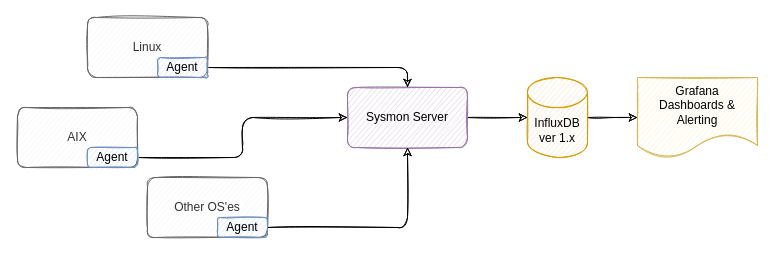
mnellemann/sysmon keeps this draw.io diagram as doc/sysmon.drawio. Above is the earlier version. Source tidied: cells renumbered, new cells numbered last; positions are measured from the earlier drawing's top-left corner, leaving out a move shared by most shapes. Both pictures are drawn from the tidied source at 100%, with x=0, y=0 at pixel (17, 17).
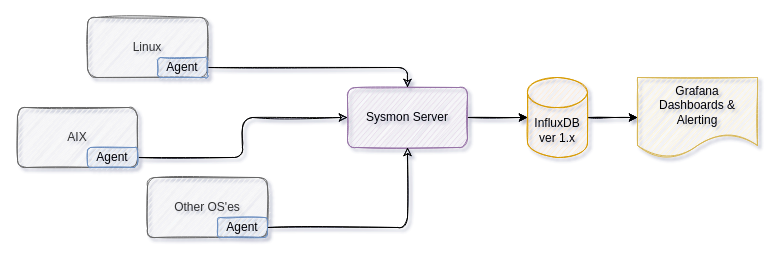
Above is the later version.

Diff of the diagram source:
```diff
@@
-<mxGraphModel>
+<mxGraphModel background="#ffffff" shadow="1">
   <root>
     <mxCell id="0" />
     <mxCell id="1" parent="0" />
     <mxCell id="2" value="Linux" style="rounded=1;whiteSpace=wrap;html=1;sketch=1;fillColor=#f5f5f5;fontColor=#333333;strokeColor=#666666;" parent="1" vertex="1">
       <mxGeometry x="70" width="120" height="60" as="geometry" />
     </mxCell>
     <mxCell id="3" value="AIX" style="rounded=1;whiteSpace=wrap;html=1;sketch=1;fillColor=#f5f5f5;fontColor=#333333;strokeColor=#666666;" parent="1" vertex="1">
       <mxGeometry y="90" width="120" height="60" as="geometry" />
     </mxCell>
     <mxCell id="4" style="edgeStyle=orthogonalEdgeStyle;rounded=1;jettySize=auto;html=1;sketch=1;" parent="1" edge="1" source="5" target="7">
       <mxGeometry relative="1" as="geometry" />
     </mxCell>
+    <mxCell id="16" style="edgeStyle=orthogonalEdgeStyle;rounded=0;jettySize=auto;html=1;strokeColor=#000000;" parent="1" edge="1" source="5" target="7">
+      <mxGeometry relative="1" as="geometry" />
+    </mxCell>
-    <mxCell id="5" value="Sysmon Server" style="rounded=1;whiteSpace=wrap;html=1;sketch=1;fillColor=#e1d5e7;strokeColor=#9673a6;" parent="1" vertex="1">
+    <mxCell id="5" value="&lt;font color=&quot;#000000&quot;&gt;Sysmon Server&lt;/font&gt;" style="rounded=1;whiteSpace=wrap;html=1;sketch=1;fillColor=#e1d5e7;strokeColor=#9673A6;" parent="1" vertex="1">
       <mxGeometry x="330" y="70" width="120" height="60" as="geometry" />
     </mxCell>
     <mxCell id="6" style="edgeStyle=orthogonalEdgeStyle;rounded=1;jettySize=auto;html=1;sketch=1;" parent="1" edge="1" source="7" target="8">
       <mxGeometry relative="1" as="geometry" />
     </mxCell>
+    <mxCell id="17" style="edgeStyle=orthogonalEdgeStyle;rounded=0;jettySize=auto;html=1;strokeColor=#000000;" parent="1" edge="1" source="7" target="8">
+      <mxGeometry relative="1" as="geometry" />
+    </mxCell>
-    <mxCell id="7" value="InfluxDB&lt;br&gt;ver 1.x" style="shape=cylinder3;whiteSpace=wrap;html=1;boundedLbl=1;backgroundOutline=1;size=15;sketch=1;fillColor=#ffe6cc;strokeColor=#d79b00;" parent="1" vertex="1">
+    <mxCell id="7" value="&lt;font color=&quot;#000000&quot;&gt;InfluxDB&lt;br&gt;ver 1.x&lt;/font&gt;" style="shape=cylinder3;whiteSpace=wrap;html=1;boundedLbl=1;backgroundOutline=1;size=15;sketch=1;fillColor=#ffe6cc;strokeColor=#d79b00;" parent="1" vertex="1">
       <mxGeometry x="510" y="60" width="60" height="80" as="geometry" />
     </mxCell>
-    <mxCell id="8" value="Grafana&lt;br&gt;Dashboards &amp;amp; Alerting" style="shape=document;whiteSpace=wrap;html=1;boundedLbl=1;sketch=1;fillColor=#fff2cc;strokeColor=#d6b656;" parent="1" vertex="1">
+    <mxCell id="8" value="&lt;font color=&quot;#000000&quot;&gt;Grafana&lt;br&gt;Dashboards &amp;amp; Alerting&lt;/font&gt;" style="shape=document;whiteSpace=wrap;html=1;boundedLbl=1;sketch=1;fillColor=#fff2cc;strokeColor=#d6b656;" parent="1" vertex="1">
       <mxGeometry x="620" y="60" width="120" height="80" as="geometry" />
     </mxCell>
     <mxCell id="9" value="Other OS'es" style="rounded=1;whiteSpace=wrap;html=1;sketch=1;fillColor=#f5f5f5;fontColor=#333333;strokeColor=#666666;" parent="1" vertex="1">
       <mxGeometry x="130" y="160" width="120" height="60" as="geometry" />
     </mxCell>
-    <mxCell id="10" style="edgeStyle=orthogonalEdgeStyle;rounded=1;sketch=1;jettySize=auto;html=1;" parent="1" edge="1" source="11" target="5">
+    <mxCell id="10" style="edgeStyle=orthogonalEdgeStyle;rounded=1;sketch=1;jettySize=auto;html=1;strokeColor=#000000;" parent="1" edge="1" source="11" target="5">
       <mxGeometry relative="1" as="geometry" />
     </mxCell>
-    <mxCell id="11" value="Agent" style="rounded=1;whiteSpace=wrap;html=1;fillColor=#dae8fc;strokeColor=#6c8ebf;sketch=1;" parent="1" vertex="1">
+    <mxCell id="11" value="&lt;font color=&quot;#000000&quot;&gt;Agent&lt;/font&gt;" style="rounded=1;whiteSpace=wrap;html=1;fillColor=#dae8fc;strokeColor=#6c8ebf;sketch=1;" parent="1" vertex="1">
       <mxGeometry x="140" y="40" width="50" height="20" as="geometry" />
     </mxCell>
-    <mxCell id="12" style="edgeStyle=orthogonalEdgeStyle;rounded=1;sketch=1;jettySize=auto;html=1;" parent="1" edge="1" source="13" target="5">
+    <mxCell id="12" style="edgeStyle=orthogonalEdgeStyle;rounded=1;sketch=1;jettySize=auto;html=1;strokeColor=#000000;" parent="1" edge="1" source="13" target="5">
       <mxGeometry relative="1" as="geometry" />
     </mxCell>
-    <mxCell id="13" value="Agent" style="rounded=1;whiteSpace=wrap;html=1;fillColor=#dae8fc;strokeColor=#6c8ebf;sketch=1;" parent="1" vertex="1">
+    <mxCell id="13" value="&lt;font color=&quot;#000000&quot;&gt;Agent&lt;/font&gt;" style="rounded=1;whiteSpace=wrap;html=1;fillColor=#dae8fc;strokeColor=#6c8ebf;sketch=1;" parent="1" vertex="1">
       <mxGeometry x="70" y="130" width="50" height="20" as="geometry" />
     </mxCell>
-    <mxCell id="14" style="edgeStyle=orthogonalEdgeStyle;rounded=1;sketch=1;jettySize=auto;html=1;" parent="1" edge="1" source="15" target="5">
+    <mxCell id="14" style="edgeStyle=orthogonalEdgeStyle;rounded=1;sketch=1;jettySize=auto;html=1;strokeColor=#000000;" parent="1" edge="1" source="15" target="5">
       <mxGeometry relative="1" as="geometry" />
     </mxCell>
-    <mxCell id="15" value="Agent" style="rounded=1;whiteSpace=wrap;html=1;fillColor=#dae8fc;strokeColor=#6c8ebf;sketch=1;" parent="1" vertex="1">
+    <mxCell id="15" value="&lt;font color=&quot;#000000&quot;&gt;Agent&lt;/font&gt;" style="rounded=1;whiteSpace=wrap;html=1;fillColor=#dae8fc;strokeColor=#6c8ebf;sketch=1;" parent="1" vertex="1">
       <mxGeometry x="200" y="200" width="50" height="20" as="geometry" />
     </mxCell>
   </root>
 </mxGraphModel>
```
